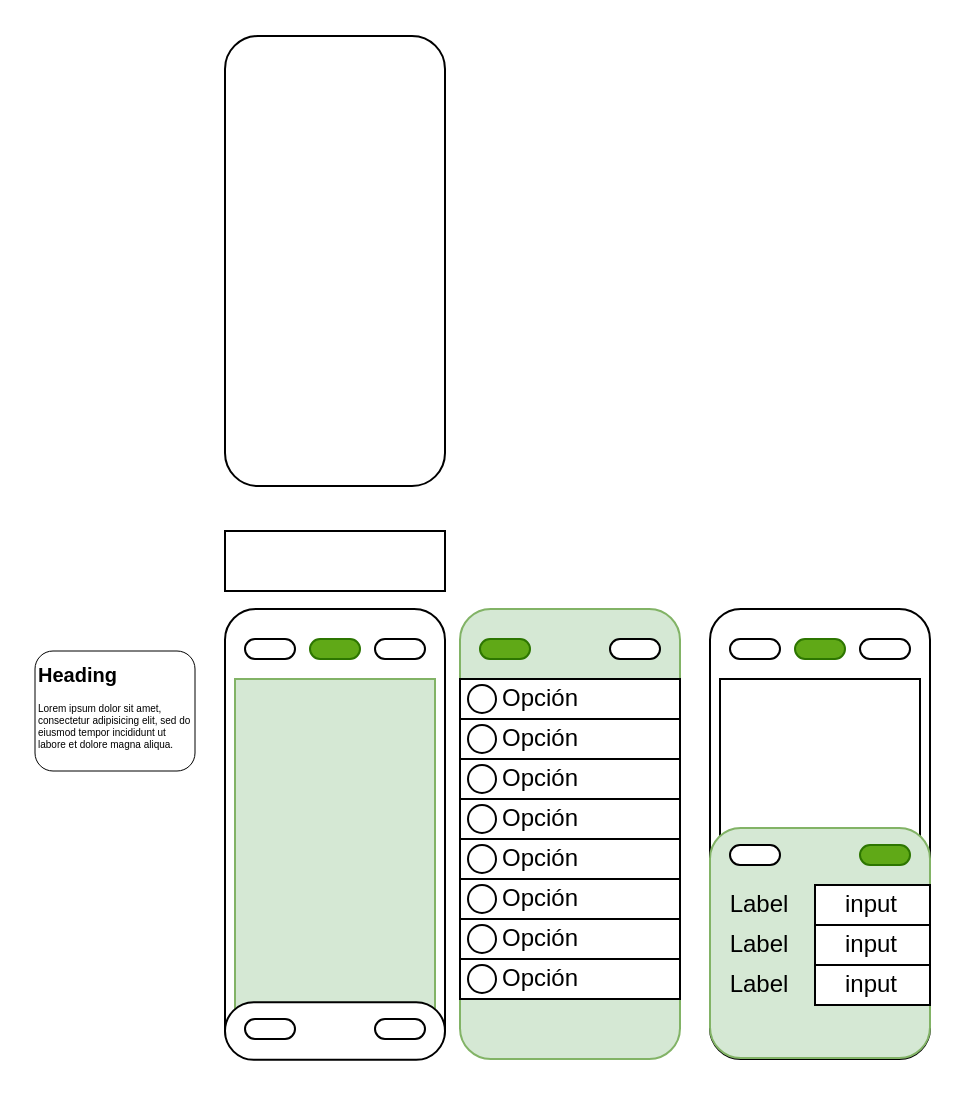
The draw.io diagram page "Room Planner" (4 of 4) of arquitectura-de-informacion.drawio in omarbramirez/muebleria-mvp, before the edit. Source tidied: cells renumbered, new cells numbered last; positions are measured from the earlier drawing's top-left corner, leaving out a move shared by most shapes. Both pictures are drawn from the tidied source at 200%, with x=0, y=0 at pixel (34, 150).
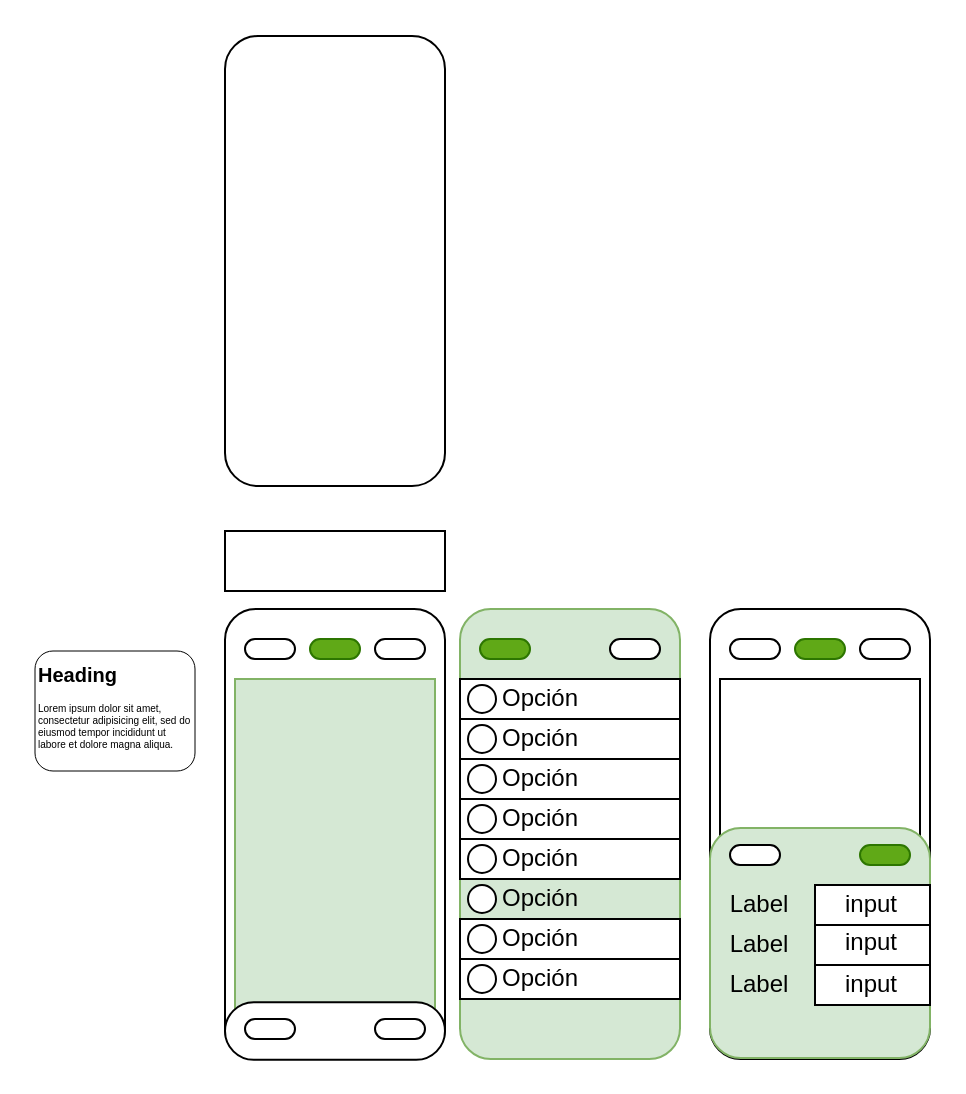
After the change.

Diff of the diagram source:
```diff
@@
-    <mxCell id="39" style="rounded=0;whiteSpace=wrap;html=1;" parent="1" vertex="1">
-      <mxGeometry x="212.5" y="364" width="110" height="20" as="geometry" />
-    </mxCell>
@@
     <mxCell id="55" value="input" style="text;html=1;align=center;verticalAlign=middle;whiteSpace=wrap;rounded=0;" parent="1" vertex="1">
-      <mxGeometry x="396.2" y="392.5" width="45" height="9" as="geometry" />
+      <mxGeometry x="396.2" y="392.5" width="45" height="7.5" as="geometry" />
     </mxCell>
```
